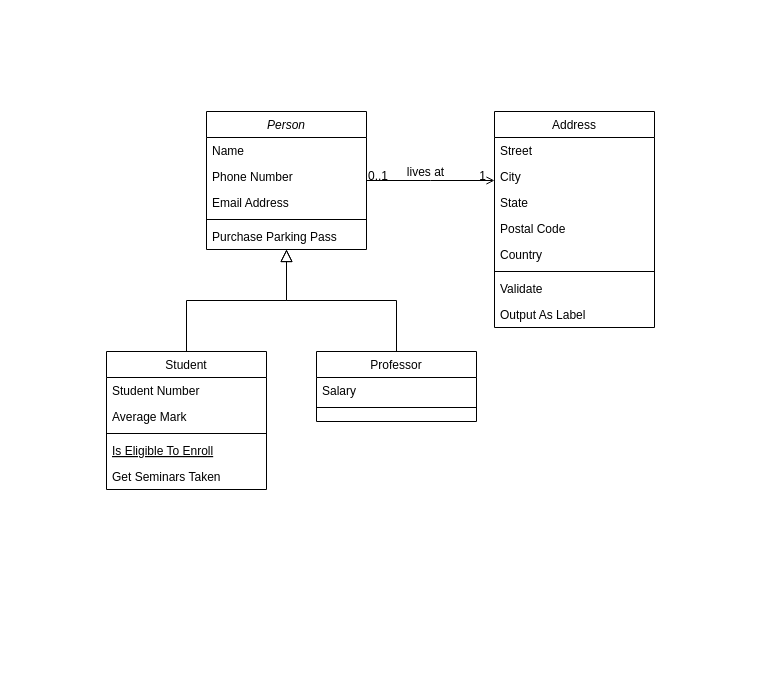
Before: Diagrama_ShareHub.drawio in ericksonvergara/Diagramas, a draw.io diagram. Source tidied: cells renumbered, new cells numbered last; positions are measured from the earlier drawing's top-left corner, leaving out a move shared by most shapes. Both pictures are drawn from the tidied source at 100%, with x=0, y=0 at pixel (106, 111).
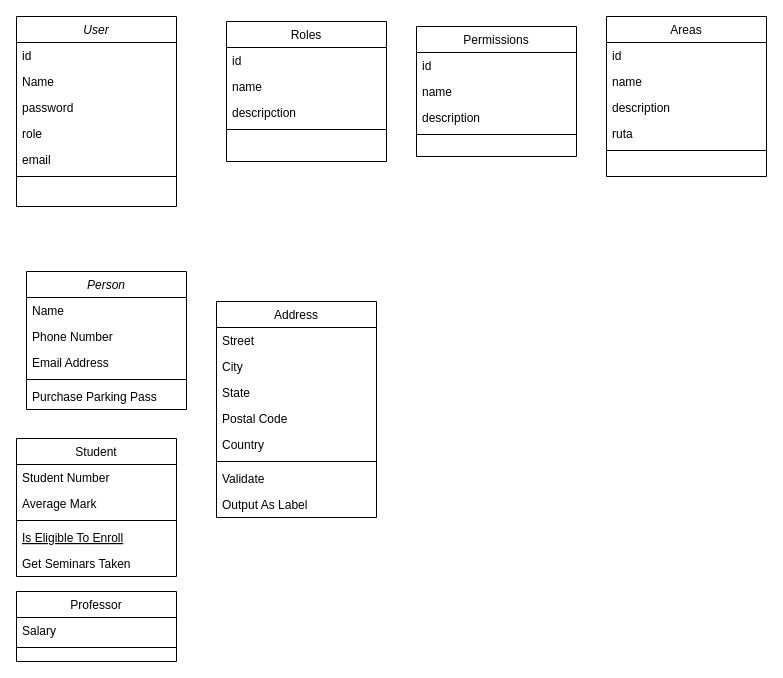
Above is the later version.

The edit, as a diff of the source:
```diff
@@
     <mxCell id="2" value="Person" style="swimlane;fontStyle=2;align=center;verticalAlign=top;horizontal=1;startSize=26;rounded=0;shadow=0;strokeWidth=1;" parent="1" vertex="1">
-      <mxGeometry x="100" width="160" height="138" as="geometry" />
+      <mxGeometry x="-80" y="160" width="160" height="138" as="geometry" />
     </mxCell>
@@
     <mxCell id="8" value="Student" style="swimlane;fontStyle=0;align=center;verticalAlign=top;horizontal=1;startSize=26;rounded=0;shadow=0;strokeWidth=1;" parent="1" vertex="1">
-      <mxGeometry y="240" width="160" height="138" as="geometry" />
+      <mxGeometry x="-90" y="327" width="160" height="138" as="geometry" />
     </mxCell>
@@
-    <mxCell id="14" style="endArrow=block;endSize=10;endFill=0;shadow=0;strokeWidth=1;rounded=0;edgeStyle=elbowEdgeStyle;elbow=vertical;" parent="1" edge="1" source="8" target="2">
-      <mxGeometry relative="1" as="geometry" />
-    </mxCell>
     <mxCell id="15" value="Professor" style="swimlane;fontStyle=0;align=center;verticalAlign=top;horizontal=1;startSize=26;rounded=0;shadow=0;strokeWidth=1;" parent="1" vertex="1">
-      <mxGeometry x="210" y="240" width="160" height="70" as="geometry" />
+      <mxGeometry x="-90" y="480" width="160" height="70" as="geometry" />
     </mxCell>
@@
-    <mxCell id="18" style="endArrow=block;endSize=10;endFill=0;shadow=0;strokeWidth=1;rounded=0;edgeStyle=elbowEdgeStyle;elbow=vertical;" parent="1" edge="1" source="15" target="2">
-      <mxGeometry relative="1" as="geometry" />
-    </mxCell>
     <mxCell id="19" value="Address" style="swimlane;fontStyle=0;align=center;verticalAlign=top;horizontal=1;startSize=26;rounded=0;shadow=0;strokeWidth=1;" parent="1" vertex="1">
-      <mxGeometry x="388" width="160" height="216" as="geometry" />
+      <mxGeometry x="110" y="190" width="160" height="216" as="geometry" />
     </mxCell>
@@
-    <mxCell id="28" style="endArrow=open;shadow=0;strokeWidth=1;rounded=0;endFill=1;edgeStyle=elbowEdgeStyle;elbow=vertical;" parent="1" edge="1" source="2" target="19">
-      <mxGeometry x="0.5" y="41" relative="1" as="geometry">
-        <mxPoint x="-40" y="32" as="offset" />
-      </mxGeometry>
-    </mxCell>
-    <mxCell id="29" value="0..1" style="align=left;verticalAlign=bottom;labelBackgroundColor=none;fontSize=12;" parent="28" vertex="1">
-      <mxGeometry x="-1" relative="1" as="geometry">
-        <mxPoint y="4" as="offset" />
-      </mxGeometry>
-    </mxCell>
-    <mxCell id="30" value="1" style="align=right;verticalAlign=bottom;labelBackgroundColor=none;fontSize=12;" parent="28" vertex="1">
-      <mxGeometry x="1" relative="1" as="geometry">
-        <mxPoint x="-7" y="4" as="offset" />
-      </mxGeometry>
-    </mxCell>
-    <mxCell id="31" value="lives at" style="text;html=1;align=center;verticalAlign=middle;labelBackgroundColor=none;rounded=0;shadow=0;strokeWidth=1;fontSize=12;" parent="28" vertex="1">
-      <mxGeometry x="0.5" y="49" relative="1" as="geometry">
-        <mxPoint x="-38" y="40" as="offset" />
-      </mxGeometry>
-    </mxCell>
+    <mxCell id="32" value="User" style="swimlane;fontStyle=2;align=center;verticalAlign=top;horizontal=1;startSize=26;rounded=0;shadow=0;strokeWidth=1;" parent="1" vertex="1">
+      <mxGeometry x="-90" y="-95" width="160" height="190" as="geometry" />
+    </mxCell>
+    <mxCell id="33" value="id" style="text;align=left;verticalAlign=top;spacingLeft=4;spacingRight=4;overflow=hidden;rounded=0;shadow=0;html=0;" parent="32" vertex="1">
+      <mxGeometry y="26" width="160" height="26" as="geometry" />
+    </mxCell>
+    <mxCell id="34" value="Name" style="text;align=left;verticalAlign=top;spacingLeft=4;spacingRight=4;overflow=hidden;" parent="32" vertex="1">
+      <mxGeometry y="52" width="160" height="26" as="geometry" />
+    </mxCell>
+    <mxCell id="35" value="password&#10;" style="text;align=left;verticalAlign=top;spacingLeft=4;spacingRight=4;overflow=hidden;rounded=0;shadow=0;html=0;" parent="32" vertex="1">
+      <mxGeometry y="78" width="160" height="26" as="geometry" />
+    </mxCell>
+    <mxCell id="36" value="role" style="text;align=left;verticalAlign=top;spacingLeft=4;spacingRight=4;overflow=hidden;rounded=0;shadow=0;html=0;" parent="32" vertex="1">
+      <mxGeometry y="104" width="160" height="26" as="geometry" />
+    </mxCell>
+    <mxCell id="37" value="email" style="text;align=left;verticalAlign=top;spacingLeft=4;spacingRight=4;overflow=hidden;rounded=0;shadow=0;html=0;" parent="32" vertex="1">
+      <mxGeometry y="130" width="160" height="26" as="geometry" />
+    </mxCell>
+    <mxCell id="38" style="line;html=1;strokeWidth=1;align=left;verticalAlign=middle;spacingTop=-1;spacingLeft=3;spacingRight=3;labelPosition=right;" parent="32" vertex="1">
+      <mxGeometry y="156" width="160" height="8" as="geometry" />
+    </mxCell>
+    <mxCell id="39" value="Areas" style="swimlane;fontStyle=0;align=center;verticalAlign=top;horizontal=1;startSize=26;rounded=0;shadow=0;strokeWidth=1;" parent="1" vertex="1">
+      <mxGeometry x="500" y="-95" width="160" height="160" as="geometry" />
+    </mxCell>
+    <mxCell id="40" value="id" style="text;align=left;verticalAlign=top;spacingLeft=4;spacingRight=4;overflow=hidden;" parent="39" vertex="1">
+      <mxGeometry y="26" width="160" height="26" as="geometry" />
+    </mxCell>
+    <mxCell id="41" value="name" style="text;align=left;verticalAlign=top;spacingLeft=4;spacingRight=4;overflow=hidden;rounded=0;shadow=0;html=0;" parent="39" vertex="1">
+      <mxGeometry y="52" width="160" height="26" as="geometry" />
+    </mxCell>
+    <mxCell id="42" value="description" style="text;align=left;verticalAlign=top;spacingLeft=4;spacingRight=4;overflow=hidden;rounded=0;shadow=0;html=0;" parent="39" vertex="1">
+      <mxGeometry y="78" width="160" height="26" as="geometry" />
+    </mxCell>
+    <mxCell id="43" value="ruta" style="text;align=left;verticalAlign=top;spacingLeft=4;spacingRight=4;overflow=hidden;rounded=0;shadow=0;html=0;" parent="39" vertex="1">
+      <mxGeometry y="104" width="160" height="26" as="geometry" />
+    </mxCell>
+    <mxCell id="44" style="line;html=1;strokeWidth=1;align=left;verticalAlign=middle;spacingTop=-1;spacingLeft=3;spacingRight=3;labelPosition=right;" parent="39" vertex="1">
+      <mxGeometry y="130" width="160" height="8" as="geometry" />
+    </mxCell>
+    <mxCell id="45" value="Permissions" style="swimlane;fontStyle=0;align=center;verticalAlign=top;horizontal=1;startSize=26;rounded=0;shadow=0;strokeWidth=1;" parent="1" vertex="1">
+      <mxGeometry x="310" y="-85" width="160" height="130" as="geometry" />
+    </mxCell>
+    <mxCell id="46" value="id" style="text;align=left;verticalAlign=top;spacingLeft=4;spacingRight=4;overflow=hidden;" parent="45" vertex="1">
+      <mxGeometry y="26" width="160" height="26" as="geometry" />
+    </mxCell>
+    <mxCell id="47" value="name" style="text;align=left;verticalAlign=top;spacingLeft=4;spacingRight=4;overflow=hidden;" parent="45" vertex="1">
+      <mxGeometry y="52" width="160" height="26" as="geometry" />
+    </mxCell>
+    <mxCell id="48" value="description" style="text;align=left;verticalAlign=top;spacingLeft=4;spacingRight=4;overflow=hidden;" parent="45" vertex="1">
+      <mxGeometry y="78" width="160" height="26" as="geometry" />
+    </mxCell>
+    <mxCell id="49" style="line;html=1;strokeWidth=1;align=left;verticalAlign=middle;spacingTop=-1;spacingLeft=3;spacingRight=3;labelPosition=right;" parent="45" vertex="1">
+      <mxGeometry y="104" width="160" height="8" as="geometry" />
+    </mxCell>
+    <mxCell id="50" value="Roles" style="swimlane;fontStyle=0;align=center;verticalAlign=top;horizontal=1;startSize=26;rounded=0;shadow=0;strokeWidth=1;" parent="1" vertex="1">
+      <mxGeometry x="120" y="-90" width="160" height="140" as="geometry" />
+    </mxCell>
+    <mxCell id="51" value="id" style="text;align=left;verticalAlign=top;spacingLeft=4;spacingRight=4;overflow=hidden;" parent="50" vertex="1">
+      <mxGeometry y="26" width="160" height="26" as="geometry" />
+    </mxCell>
+    <mxCell id="52" value="name" style="text;align=left;verticalAlign=top;spacingLeft=4;spacingRight=4;overflow=hidden;rounded=0;shadow=0;html=0;" parent="50" vertex="1">
+      <mxGeometry y="52" width="160" height="26" as="geometry" />
+    </mxCell>
+    <mxCell id="53" value="descripction" style="text;align=left;verticalAlign=top;spacingLeft=4;spacingRight=4;overflow=hidden;rounded=0;shadow=0;html=0;" parent="50" vertex="1">
+      <mxGeometry y="78" width="160" height="26" as="geometry" />
+    </mxCell>
+    <mxCell id="54" style="line;html=1;strokeWidth=1;align=left;verticalAlign=middle;spacingTop=-1;spacingLeft=3;spacingRight=3;labelPosition=right;" parent="50" vertex="1">
+      <mxGeometry y="104" width="160" height="8" as="geometry" />
+    </mxCell>
```
